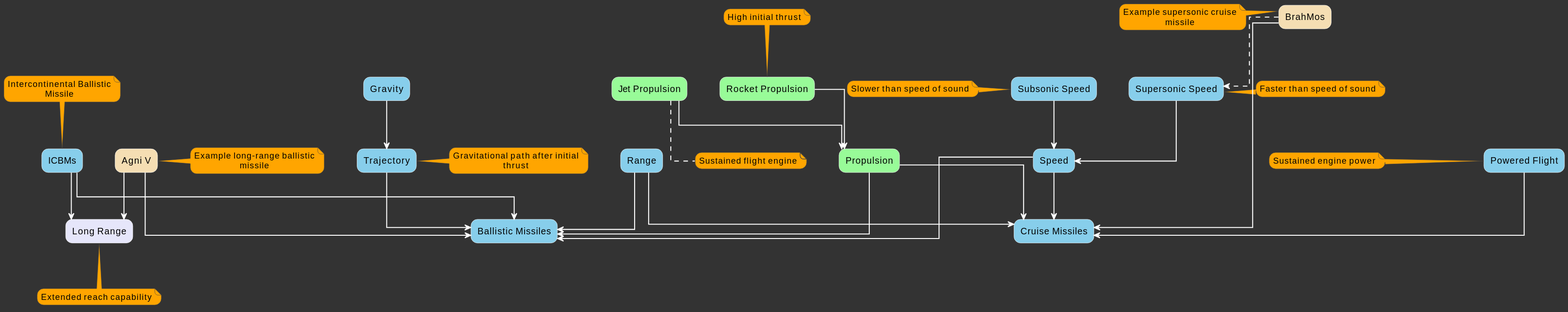
Above: tele_2.svg in bolibazaar/upsc_sol_assets (PlantUML), before the change.
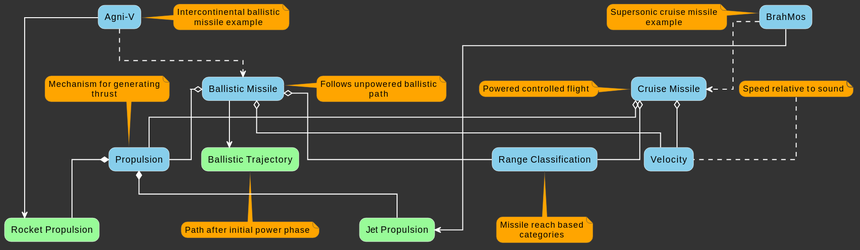
The same diagram one commit later.

The edit, as a diff of the source:
```diff
@@ -20,80 +20,64 @@
 skinparam rectangleFontColor black
 skinparam rectangleBorderColor white
 
-rectangle "Ballistic Missiles" #87CEEB
-rectangle "Cruise Missiles" #87CEEB
-rectangle "Trajectory" #87CEEB
-rectangle "Gravity" #87CEEB
-rectangle "Powered Flight" #87CEEB
-rectangle "Propulsion" #98FB98
+rectangle "Ballistic Missile" #87CEEB
+rectangle "Cruise Missile" #87CEEB
+rectangle "Propulsion" #87CEEB
+rectangle "Range Classification" #87CEEB
+rectangle "Velocity" #87CEEB
+rectangle "Agni-V" #87CEEB
+rectangle "BrahMos" #87CEEB
+
+rectangle "Ballistic Trajectory" #98FB98
 rectangle "Rocket Propulsion" #98FB98
 rectangle "Jet Propulsion" #98FB98
-rectangle "Speed" #87CEEB
-rectangle "Supersonic Speed" #87CEEB
-rectangle "Subsonic Speed" #87CEEB
-rectangle "Range" #87CEEB
-rectangle "Agni V" #F5DEB3
-rectangle "BrahMos" #F5DEB3
-rectangle "ICBMs" #87CEEB
-rectangle "Long Range" #E6E6FA
 
-"Trajectory" --> "Ballistic Missiles"
-"Gravity" --> "Trajectory"
-"Powered Flight" --> "Cruise Missiles"
-"Propulsion" --> "Ballistic Missiles"
-"Propulsion" --> "Cruise Missiles"
-"Rocket Propulsion" --> "Propulsion"
-"Jet Propulsion" --> "Propulsion"
-"Speed" --> "Ballistic Missiles"
-"Speed" --> "Cruise Missiles"
-"Supersonic Speed" --> "Speed"
-"Subsonic Speed" --> "Speed"
-"Range" --> "Ballistic Missiles"
-"Range" --> "Cruise Missiles"
-"Agni V" --> "Ballistic Missiles"
-"Agni V" --> "Long Range"
-"BrahMos" --> "Cruise Missiles"
-"BrahMos" ..> "Supersonic Speed"
-"ICBMs" --> "Ballistic Missiles"
-"ICBMs" --> "Long Range"
+"Ballistic Missile" --> "Ballistic Trajectory"
+"Ballistic Missile" o-- "Propulsion"
+"Cruise Missile" o-- "Propulsion"
+"Ballistic Missile" o-- "Range Classification"
+"Cruise Missile" o-- "Range Classification"
+"Ballistic Missile" o-- "Velocity"
+"Cruise Missile" o-- "Velocity"
 
-note right of "Trajectory"
-  Gravitational path after initial thrust
+"Propulsion" *-- "Rocket Propulsion"
+"Propulsion" *-- "Jet Propulsion"
+
+"Agni-V" ..> "Ballistic Missile"
+"BrahMos" ..> "Cruise Missile"
+
+"Agni-V" --> "Rocket Propulsion"
+"BrahMos" --> "Jet Propulsion"
+
+note right of "Ballistic Missile"
+  Follows unpowered ballistic path
 end note
 
-note left of "Powered Flight"
-  Sustained engine power
+note left of "Cruise Missile"
+  Powered controlled flight
 end note
 
-note top of "Rocket Propulsion"
-  High initial thrust
+note top of "Propulsion"
+  Mechanism for generating thrust
 end note
 
-note bottom of "Jet Propulsion"
-  Sustained flight engine
+note bottom of "Range Classification"
+  Missile reach based categories
 end note
 
-note right of "Supersonic Speed"
-  Faster than speed of sound
-end note
-
-note left of "Subsonic Speed"
-  Slower than speed of sound
-end note
-
-note top of "ICBMs"
-  Intercontinental Ballistic Missile
-end note
-
-note bottom of "Long Range"
-  Extended reach capability
-end note
-
-note right of "Agni V"
-  Example long-range ballistic missile
+note right of "Agni-V"
+  Intercontinental ballistic missile example
 end note
 
 note left of "BrahMos"
-  Example supersonic cruise missile
+  Supersonic cruise missile example
+end note
+
+note top of "Velocity"
+  Speed relative to sound
+end note
+
+note bottom of "Ballistic Trajectory"
+  Path after initial power phase
 end note
 @enduml
```
